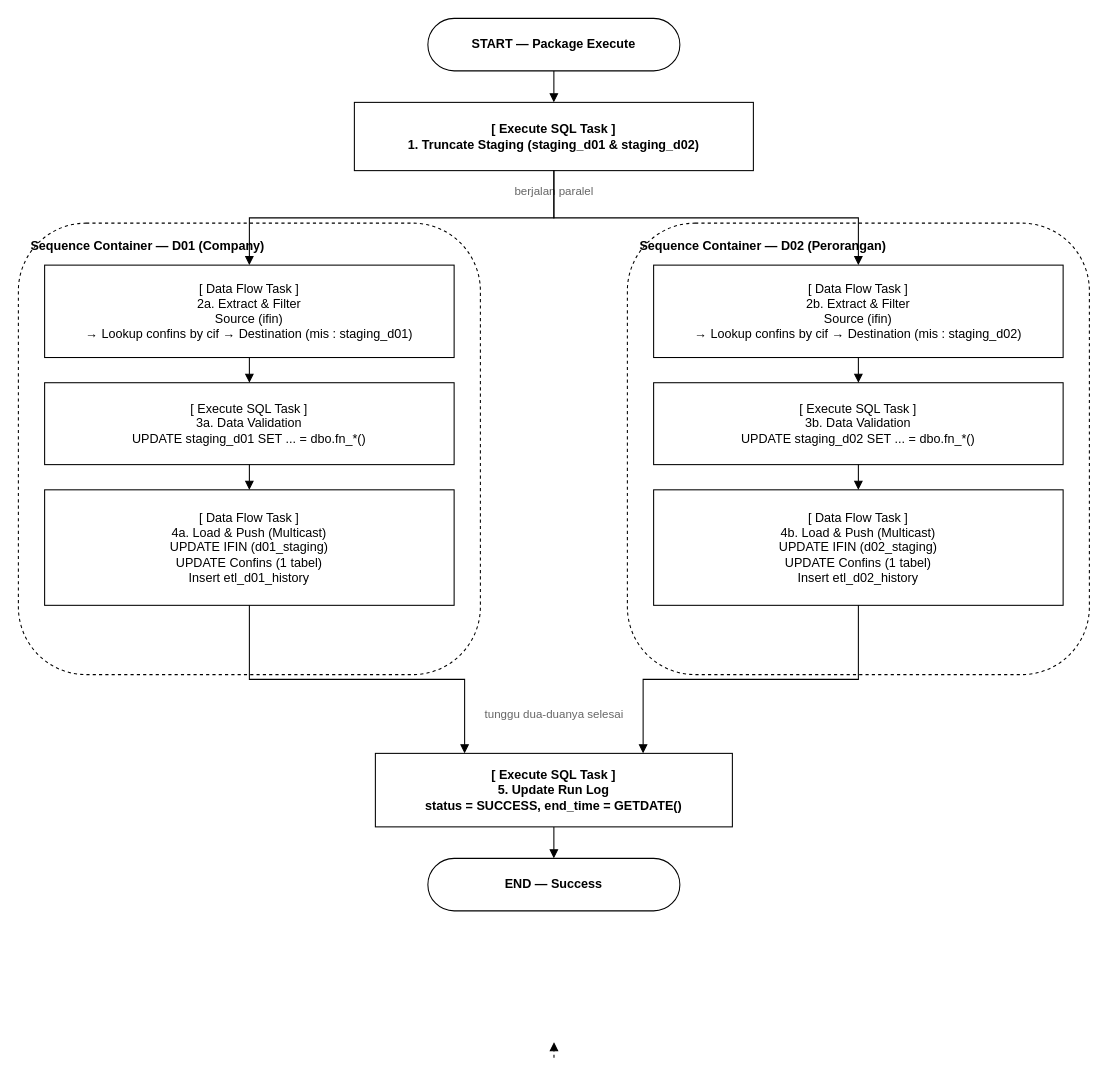
The draw.io diagram diagrams/slik-process-flow.drawio in mcellina/flow_process_1, before the edit. Source tidied: cells renumbered, new cells numbered last; positions are measured from the earlier drawing's top-left corner, leaving out a move shared by most shapes. Both pictures are drawn from the tidied source at 105%, with x=0, y=0 at pixel (18, 18).
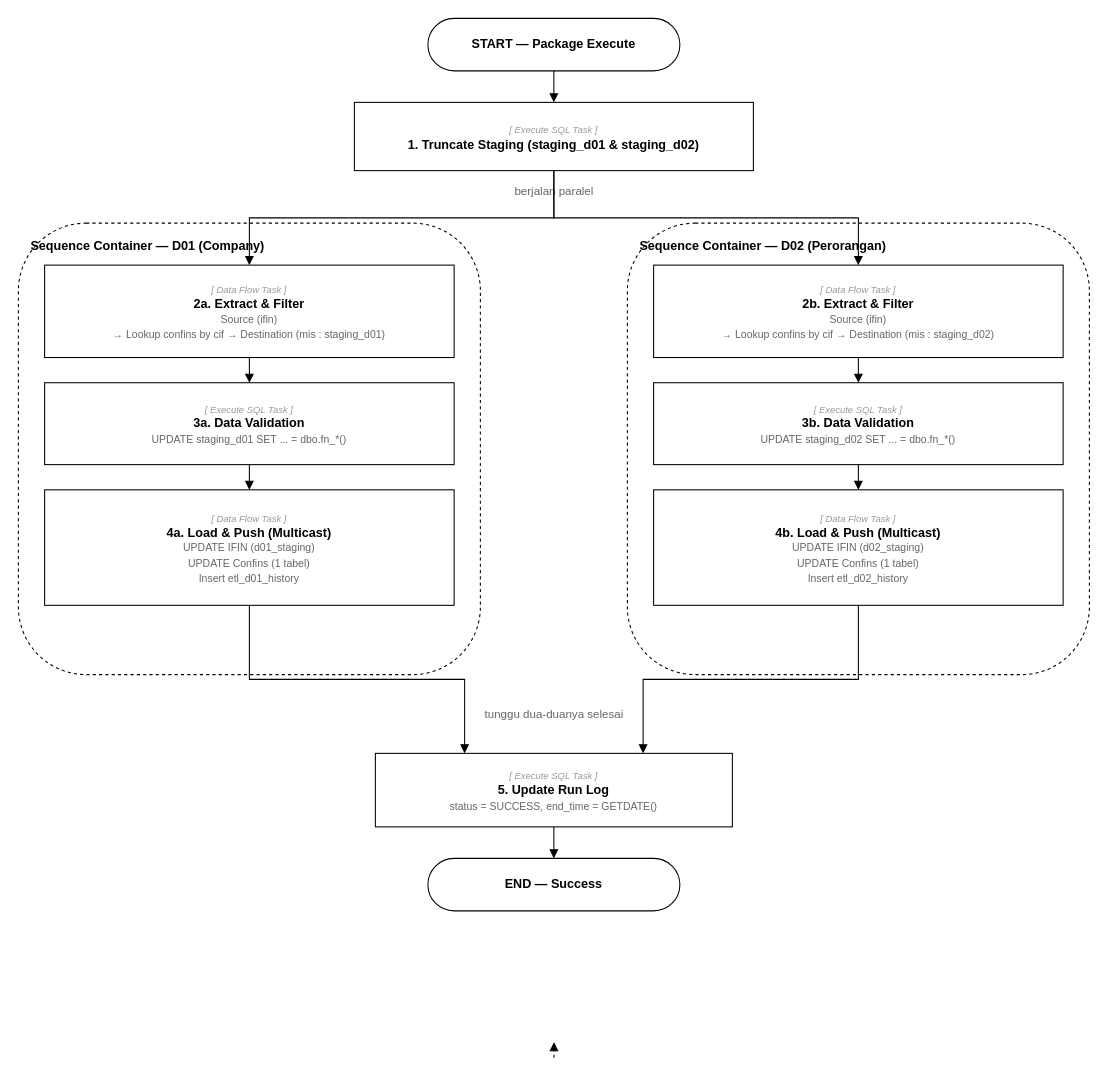
Above is the later version.

Commit message:
Format [Execute SQL Task]/[Data Flow Task] labels as small italic gray

Previously these were plain text sharing the cell's default style,
so they didn't read as a distinct annotation like in the JPG export.
Now uses inline HTML (font/i/b tags) so the type label, bold title,
and detail lines each get their own style within one cell.

Claude-Session: https://claude.ai/code/session_014C9kGdJkWi39x56LKuje1F

The edit, as a diff of the source:
```diff
@@
-    <mxCell id="3" value="[ Execute SQL Task ]&#10;1. Truncate Staging (staging_d01 &amp; staging_d02)" style="rounded=0;whiteSpace=wrap;html=1;align=center;verticalAlign=middle;fontStyle=1;spacing=6;" parent="1" vertex="1">
+    <mxCell id="3" value="&lt;font style='font-size:9px;color:#999999'&gt;&lt;i&gt;[ Execute SQL Task ]&lt;/i&gt;&lt;/font&gt;&lt;br&gt;&lt;b&gt;1. Truncate Staging (staging_d01 &amp; staging_d02)&lt;/b&gt;" style="rounded=0;whiteSpace=wrap;html=1;align=center;verticalAlign=middle;spacing=6;" parent="1" vertex="1">
       <mxGeometry x="320" y="80" width="380" height="65" as="geometry" />
     </mxCell>
@@
-    <mxCell id="6" value="[ Data Flow Task ]&#10;2a. Extract &amp; Filter&#10;Source (ifin)&#10;→ Lookup confins by cif → Destination (mis : staging_d01)" style="rounded=0;whiteSpace=wrap;html=1;align=center;verticalAlign=middle;spacing=4;" parent="1" vertex="1">
+    <mxCell id="6" value="&lt;font style='font-size:9px;color:#999999'&gt;&lt;i&gt;[ Data Flow Task ]&lt;/i&gt;&lt;/font&gt;&lt;br&gt;&lt;b&gt;2a. Extract &amp; Filter&lt;/b&gt;&lt;br&gt;&lt;font style='font-size:10px;color:#666666'&gt;Source (ifin)&lt;/font&gt;&lt;br&gt;&lt;font style='font-size:10px;color:#666666'&gt;→ Lookup confins by cif → Destination (mis : staging_d01)&lt;/font&gt;" style="rounded=0;whiteSpace=wrap;html=1;align=center;verticalAlign=middle;spacing=4;" parent="1" vertex="1">
       <mxGeometry x="25" y="235" width="390" height="88" as="geometry" />
     </mxCell>
-    <mxCell id="7" value="[ Execute SQL Task ]&#10;3a. Data Validation&#10;UPDATE staging_d01 SET ... = dbo.fn_*()" style="rounded=0;whiteSpace=wrap;html=1;align=center;verticalAlign=middle;spacing=4;" parent="1" vertex="1">
+    <mxCell id="7" value="&lt;font style='font-size:9px;color:#999999'&gt;&lt;i&gt;[ Execute SQL Task ]&lt;/i&gt;&lt;/font&gt;&lt;br&gt;&lt;b&gt;3a. Data Validation&lt;/b&gt;&lt;br&gt;&lt;font style='font-size:10px;color:#666666'&gt;UPDATE staging_d01 SET ... = dbo.fn_*()&lt;/font&gt;" style="rounded=0;whiteSpace=wrap;html=1;align=center;verticalAlign=middle;spacing=4;" parent="1" vertex="1">
       <mxGeometry x="25" y="347" width="390" height="78" as="geometry" />
     </mxCell>
-    <mxCell id="8" value="[ Data Flow Task ]&#10;4a. Load &amp; Push (Multicast)&#10;UPDATE IFIN (d01_staging)&#10;UPDATE Confins (1 tabel)&#10;Insert etl_d01_history" style="rounded=0;whiteSpace=wrap;html=1;align=center;verticalAlign=middle;spacing=4;" parent="1" vertex="1">
+    <mxCell id="8" value="&lt;font style='font-size:9px;color:#999999'&gt;&lt;i&gt;[ Data Flow Task ]&lt;/i&gt;&lt;/font&gt;&lt;br&gt;&lt;b&gt;4a. Load &amp; Push (Multicast)&lt;/b&gt;&lt;br&gt;&lt;font style='font-size:10px;color:#666666'&gt;UPDATE IFIN (d01_staging)&lt;/font&gt;&lt;br&gt;&lt;font style='font-size:10px;color:#666666'&gt;UPDATE Confins (1 tabel)&lt;/font&gt;&lt;br&gt;&lt;font style='font-size:10px;color:#666666'&gt;Insert etl_d01_history&lt;/font&gt;" style="rounded=0;whiteSpace=wrap;html=1;align=center;verticalAlign=middle;spacing=4;" parent="1" vertex="1">
       <mxGeometry x="25" y="449" width="390" height="110" as="geometry" />
     </mxCell>
@@
-    <mxCell id="10" value="[ Data Flow Task ]&#10;2b. Extract &amp; Filter&#10;Source (ifin)&#10;→ Lookup confins by cif → Destination (mis : staging_d02)" style="rounded=0;whiteSpace=wrap;html=1;align=center;verticalAlign=middle;spacing=4;" parent="1" vertex="1">
+    <mxCell id="10" value="&lt;font style='font-size:9px;color:#999999'&gt;&lt;i&gt;[ Data Flow Task ]&lt;/i&gt;&lt;/font&gt;&lt;br&gt;&lt;b&gt;2b. Extract &amp; Filter&lt;/b&gt;&lt;br&gt;&lt;font style='font-size:10px;color:#666666'&gt;Source (ifin)&lt;/font&gt;&lt;br&gt;&lt;font style='font-size:10px;color:#666666'&gt;→ Lookup confins by cif → Destination (mis : staging_d02)&lt;/font&gt;" style="rounded=0;whiteSpace=wrap;html=1;align=center;verticalAlign=middle;spacing=4;" parent="1" vertex="1">
       <mxGeometry x="605" y="235" width="390" height="88" as="geometry" />
     </mxCell>
-    <mxCell id="11" value="[ Execute SQL Task ]&#10;3b. Data Validation&#10;UPDATE staging_d02 SET ... = dbo.fn_*()" style="rounded=0;whiteSpace=wrap;html=1;align=center;verticalAlign=middle;spacing=4;" parent="1" vertex="1">
+    <mxCell id="11" value="&lt;font style='font-size:9px;color:#999999'&gt;&lt;i&gt;[ Execute SQL Task ]&lt;/i&gt;&lt;/font&gt;&lt;br&gt;&lt;b&gt;3b. Data Validation&lt;/b&gt;&lt;br&gt;&lt;font style='font-size:10px;color:#666666'&gt;UPDATE staging_d02 SET ... = dbo.fn_*()&lt;/font&gt;" style="rounded=0;whiteSpace=wrap;html=1;align=center;verticalAlign=middle;spacing=4;" parent="1" vertex="1">
       <mxGeometry x="605" y="347" width="390" height="78" as="geometry" />
     </mxCell>
-    <mxCell id="12" value="[ Data Flow Task ]&#10;4b. Load &amp; Push (Multicast)&#10;UPDATE IFIN (d02_staging)&#10;UPDATE Confins (1 tabel)&#10;Insert etl_d02_history" style="rounded=0;whiteSpace=wrap;html=1;align=center;verticalAlign=middle;spacing=4;" parent="1" vertex="1">
+    <mxCell id="12" value="&lt;font style='font-size:9px;color:#999999'&gt;&lt;i&gt;[ Data Flow Task ]&lt;/i&gt;&lt;/font&gt;&lt;br&gt;&lt;b&gt;4b. Load &amp; Push (Multicast)&lt;/b&gt;&lt;br&gt;&lt;font style='font-size:10px;color:#666666'&gt;UPDATE IFIN (d02_staging)&lt;/font&gt;&lt;br&gt;&lt;font style='font-size:10px;color:#666666'&gt;UPDATE Confins (1 tabel)&lt;/font&gt;&lt;br&gt;&lt;font style='font-size:10px;color:#666666'&gt;Insert etl_d02_history&lt;/font&gt;" style="rounded=0;whiteSpace=wrap;html=1;align=center;verticalAlign=middle;spacing=4;" parent="1" vertex="1">
       <mxGeometry x="605" y="449" width="390" height="110" as="geometry" />
     </mxCell>
@@
-    <mxCell id="14" value="[ Execute SQL Task ]&#10;5. Update Run Log&#10;status = SUCCESS, end_time = GETDATE()" style="rounded=0;whiteSpace=wrap;html=1;align=center;verticalAlign=middle;fontStyle=1;spacing=4;" parent="1" vertex="1">
+    <mxCell id="14" value="&lt;font style='font-size:9px;color:#999999'&gt;&lt;i&gt;[ Execute SQL Task ]&lt;/i&gt;&lt;/font&gt;&lt;br&gt;&lt;b&gt;5. Update Run Log&lt;/b&gt;&lt;br&gt;&lt;font style='font-size:10px;color:#666666'&gt;status = SUCCESS, end_time = GETDATE()&lt;/font&gt;" style="rounded=0;whiteSpace=wrap;html=1;align=center;verticalAlign=middle;spacing=4;" parent="1" vertex="1">
       <mxGeometry x="340" y="700" width="340" height="70" as="geometry" />
     </mxCell>
```
